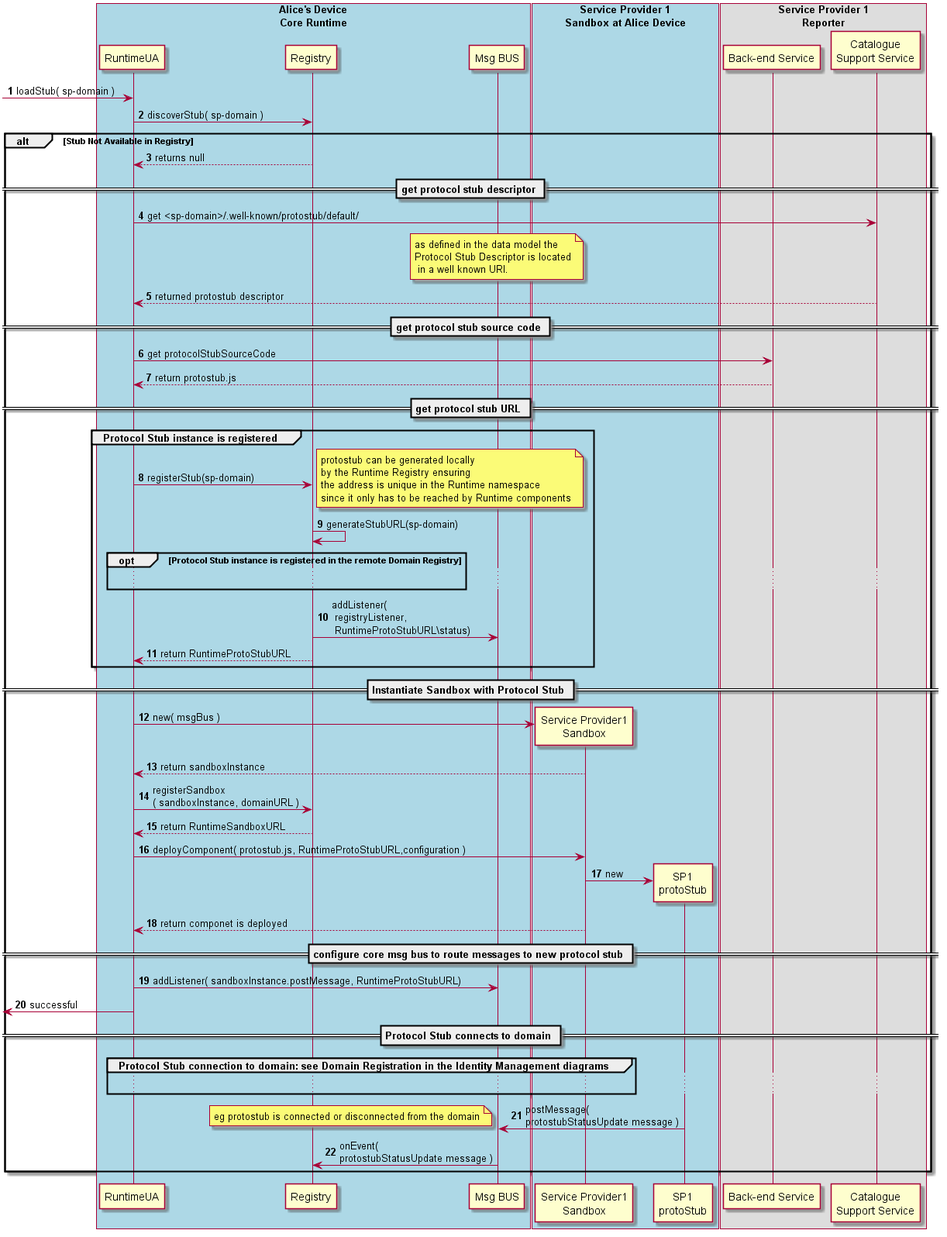
reTHINK-project/specs keeps this PlantUML diagram as dynamic-view/basics/deploy-protostub.png. Above is the earlier version. Its source is kept beside it as dynamic-view/basics/deploy-protostub.plantuml.
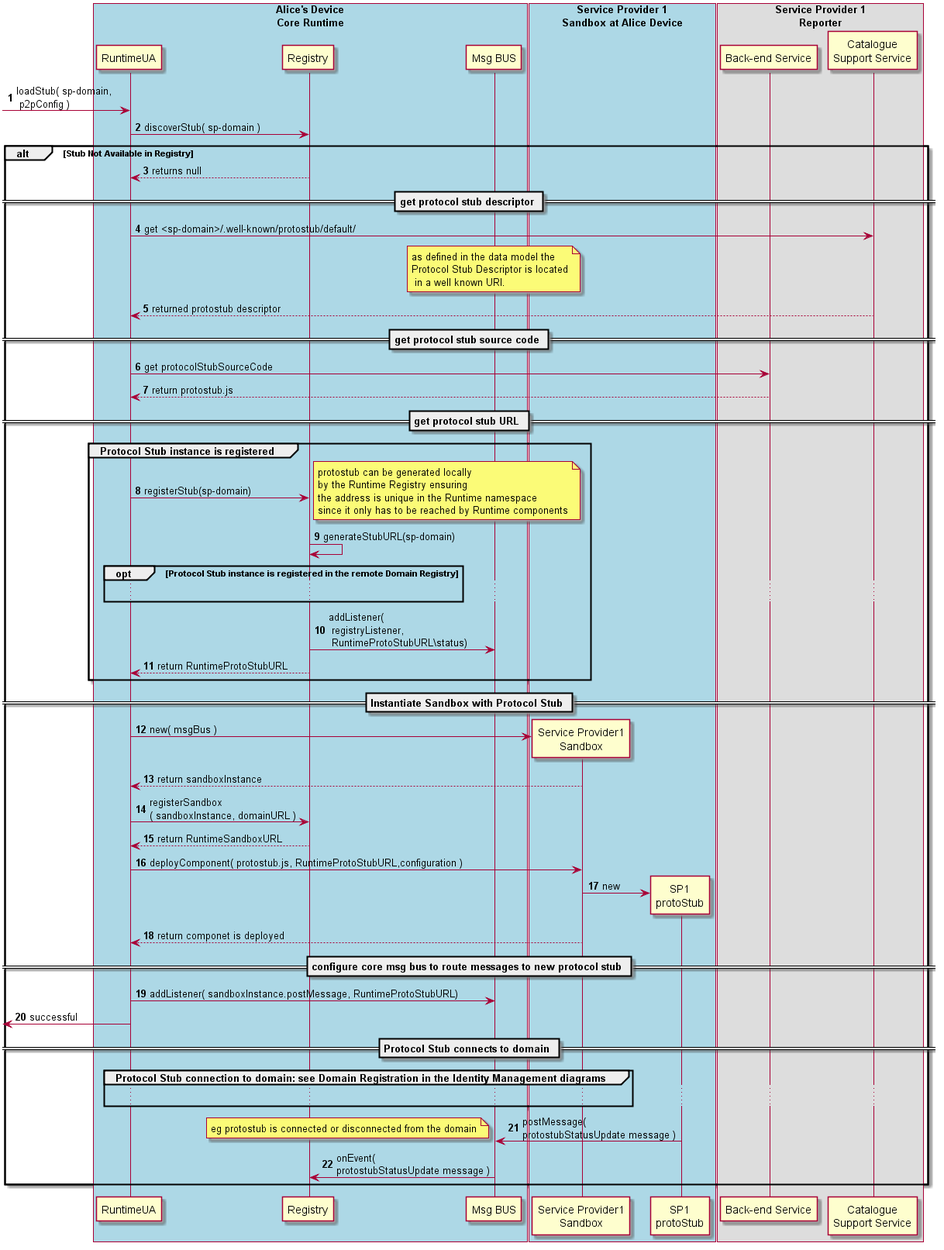
Above is the later version.

Diff of the diagram source:
```diff
@@ -19,7 +19,7 @@
 
 !include ../runtime_objects.plantuml
 
--> RunUA@A : loadStub( sp-domain )
+-> RunUA@A : loadStub( sp-domain,\n p2pConfig )
 
 RunUA@A -> RunReg@A : discoverStub( sp-domain )
 
```
